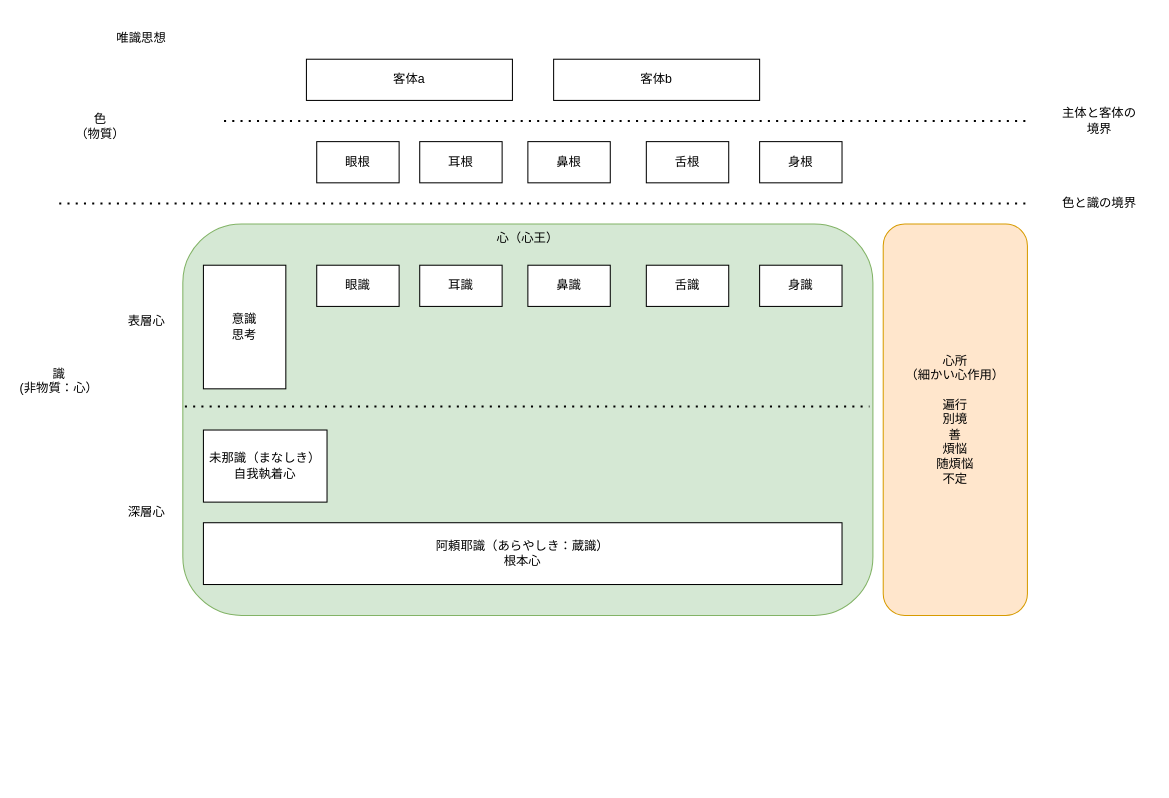
YossyIto/booklog_drowio keeps this draw.io diagram as yuishiki.drawio. Above is the earlier version. Source tidied: cells renumbered, new cells numbered last; positions are measured from the earlier drawing's top-left corner, leaving out a move shared by most shapes. Both pictures are drawn from the tidied source at 103%, with x=0, y=0 at pixel (18, 18).
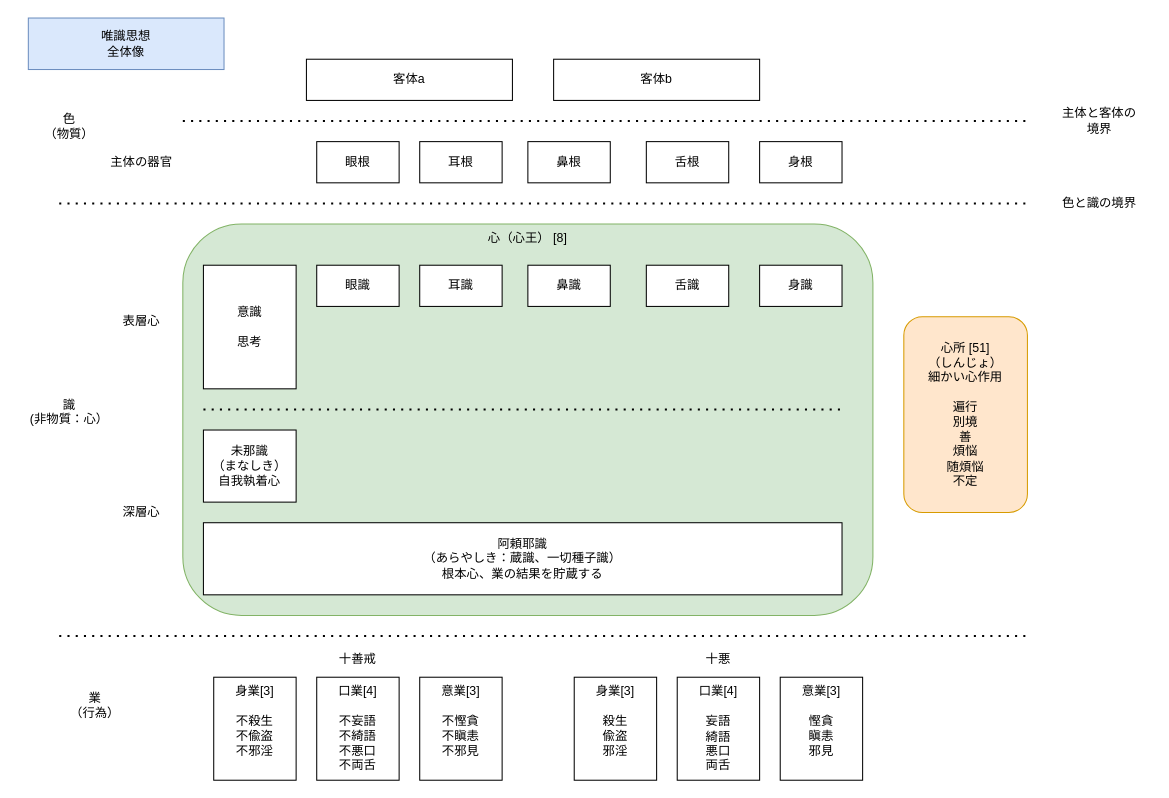
Above is the later version.

Commit message (it also covers changes not shown here):
yuishiki.drawio を更新します

Diff of the diagram source:
```diff
@@
-    <mxCell id="2" value="心（心王）" style="rounded=1;whiteSpace=wrap;html=1;verticalAlign=top;fillColor=#d5e8d4;strokeColor=#82b366;" parent="1" vertex="1">
+    <mxCell id="2" value="心（心王） [8]" style="rounded=1;whiteSpace=wrap;html=1;verticalAlign=top;fillColor=#d5e8d4;strokeColor=#82b366;" parent="1" vertex="1">
       <mxGeometry x="160" y="200" width="670" height="380" as="geometry" />
     </mxCell>
-    <mxCell id="3" value="唯識思想" style="text;html=1;align=center;verticalAlign=middle;whiteSpace=wrap;rounded=0;" parent="1" vertex="1">
-      <mxGeometry x="40" width="160" height="40" as="geometry" />
+    <mxCell id="3" value="唯識思想&lt;div&gt;全体像&lt;/div&gt;" style="text;html=1;align=center;verticalAlign=middle;whiteSpace=wrap;rounded=0;fillColor=#dae8fc;strokeColor=#6c8ebf;" parent="1" vertex="1">
+      <mxGeometry x="10" width="190" height="50" as="geometry" />
     </mxCell>
     <mxCell id="4" value="色&lt;br&gt;&lt;span style=&quot;background-color: transparent; color: light-dark(rgb(0, 0, 0), rgb(255, 255, 255));&quot;&gt;（物質&lt;/span&gt;&lt;span style=&quot;background-color: transparent; color: light-dark(rgb(0, 0, 0), rgb(255, 255, 255));&quot;&gt;）&lt;/span&gt;" style="text;html=1;align=center;verticalAlign=middle;whiteSpace=wrap;rounded=0;" parent="1" vertex="1">
-      <mxGeometry x="40" y="80" width="80" height="50" as="geometry" />
+      <mxGeometry x="10" y="80" width="80" height="50" as="geometry" />
     </mxCell>
-    <mxCell id="5" value="&lt;div&gt;識&lt;/div&gt;(非物質：心）&lt;div&gt;&lt;div&gt;&lt;br&gt;&lt;/div&gt;&lt;/div&gt;" style="text;html=1;align=center;verticalAlign=middle;whiteSpace=wrap;rounded=0;" parent="1" vertex="1">
-      <mxGeometry y="320" width="80" height="80" as="geometry" />
+    <mxCell id="5" value="&lt;div&gt;業&lt;/div&gt;&lt;div&gt;（行為）&lt;/div&gt;&lt;div&gt;&lt;div&gt;&lt;br&gt;&lt;/div&gt;&lt;/div&gt;" style="text;html=1;align=center;verticalAlign=middle;whiteSpace=wrap;rounded=0;" parent="1" vertex="1">
+      <mxGeometry x="40" y="635" width="70" height="80" as="geometry" />
     </mxCell>
@@
-    <mxCell id="16" value="意識&lt;div&gt;思考&lt;/div&gt;" style="rounded=0;whiteSpace=wrap;html=1;" parent="1" vertex="1">
-      <mxGeometry x="180" y="240" width="80" height="120" as="geometry" />
+    <mxCell id="16" value="意識&lt;div&gt;&lt;br&gt;&lt;div&gt;思考&lt;/div&gt;&lt;/div&gt;" style="rounded=0;whiteSpace=wrap;html=1;" parent="1" vertex="1">
+      <mxGeometry x="180" y="240" width="90" height="120" as="geometry" />
     </mxCell>
@@
-    <mxCell id="19" value="未那識（まなしき）&lt;div&gt;自我執着心&lt;/div&gt;" style="rounded=0;whiteSpace=wrap;html=1;" parent="1" vertex="1">
-      <mxGeometry x="180" y="400" width="120" height="70" as="geometry" />
+    <mxCell id="19" value="未那識&lt;div&gt;（まなしき）&lt;div&gt;自我執着心&lt;/div&gt;&lt;/div&gt;" style="rounded=0;whiteSpace=wrap;html=1;" parent="1" vertex="1">
+      <mxGeometry x="180" y="400" width="90" height="70" as="geometry" />
     </mxCell>
-    <mxCell id="20" value="阿頼耶識（あらやしき：蔵識）&lt;div&gt;根本心&lt;/div&gt;" style="rounded=0;whiteSpace=wrap;html=1;" parent="1" vertex="1">
-      <mxGeometry x="180" y="490" width="620" height="60" as="geometry" />
+    <mxCell id="20" value="阿頼耶識&lt;div&gt;（あらやしき：蔵識、一切種子識）&lt;div&gt;根本心、業の結果を貯蔵する&lt;/div&gt;&lt;/div&gt;" style="rounded=0;whiteSpace=wrap;html=1;" parent="1" vertex="1">
+      <mxGeometry x="180" y="490" width="620" height="70" as="geometry" />
     </mxCell>
-    <mxCell id="21" value="心所&lt;div&gt;&lt;div&gt;（細かい心作用）&lt;/div&gt;&lt;/div&gt;&lt;div&gt;&lt;br&gt;&lt;/div&gt;&lt;div&gt;遍行&lt;/div&gt;&lt;div&gt;別境&lt;/div&gt;&lt;div&gt;善&lt;/div&gt;&lt;div&gt;煩悩&lt;/div&gt;&lt;div&gt;随&lt;span style=&quot;background-color: transparent; color: light-dark(rgb(0, 0, 0), rgb(255, 255, 255));&quot;&gt;煩悩&lt;/span&gt;&lt;/div&gt;&lt;div&gt;&lt;span style=&quot;background-color: transparent; color: light-dark(rgb(0, 0, 0), rgb(255, 255, 255));&quot;&gt;不定&lt;/span&gt;&lt;/div&gt;" style="rounded=1;whiteSpace=wrap;html=1;fillColor=#ffe6cc;strokeColor=#d79b00;" parent="1" vertex="1">
-      <mxGeometry x="840" y="200" width="140" height="380" as="geometry" />
+    <mxCell id="21" value="心所 [51]&lt;div&gt;（しんじょ）&lt;br&gt;&lt;div&gt;&lt;div&gt;細かい心作用&lt;/div&gt;&lt;/div&gt;&lt;div&gt;&lt;br&gt;&lt;/div&gt;&lt;div&gt;遍行&lt;/div&gt;&lt;div&gt;別境&lt;/div&gt;&lt;div&gt;善&lt;/div&gt;&lt;div&gt;煩悩&lt;/div&gt;&lt;div&gt;随&lt;span style=&quot;background-color: transparent; color: light-dark(rgb(0, 0, 0), rgb(255, 255, 255));&quot;&gt;煩悩&lt;/span&gt;&lt;/div&gt;&lt;div&gt;&lt;span style=&quot;background-color: transparent; color: light-dark(rgb(0, 0, 0), rgb(255, 255, 255));&quot;&gt;不定&lt;/span&gt;&lt;/div&gt;&lt;/div&gt;" style="rounded=1;whiteSpace=wrap;html=1;fillColor=#ffe6cc;strokeColor=#d79b00;" parent="1" vertex="1">
+      <mxGeometry x="860" y="290" width="120" height="190" as="geometry" />
     </mxCell>
     <mxCell id="22" value="表層心" style="text;html=1;align=center;verticalAlign=middle;whiteSpace=wrap;rounded=0;" parent="1" vertex="1">
-      <mxGeometry x="80" y="240" width="90" height="110" as="geometry" />
+      <mxGeometry x="80" y="240" width="80" height="110" as="geometry" />
     </mxCell>
     <mxCell id="23" value="深層心" style="text;html=1;align=center;verticalAlign=middle;whiteSpace=wrap;rounded=0;" parent="1" vertex="1">
-      <mxGeometry x="80" y="410" width="90" height="140" as="geometry" />
+      <mxGeometry x="80" y="410" width="80" height="140" as="geometry" />
     </mxCell>
@@
-    <mxCell id="26" style="endArrow=none;dashed=1;html=1;dashPattern=1 3;strokeWidth=2;rounded=0;entryX=0.995;entryY=0.466;entryDx=0;entryDy=0;entryPerimeter=0;exitX=0.003;exitY=0.466;exitDx=0;exitDy=0;exitPerimeter=0;" parent="1" edge="1" source="2" target="2">
-      <mxGeometry relative="1" as="geometry" />
+    <mxCell id="26" style="endArrow=none;dashed=1;html=1;dashPattern=1 3;strokeWidth=2;rounded=0;" parent="1" edge="1">
+      <mxGeometry relative="1" as="geometry">
+        <mxPoint x="180" y="380" as="sourcePoint" />
+        <mxPoint x="800" y="380" as="targetPoint" />
+      </mxGeometry>
     </mxCell>
     <mxCell id="27" style="endArrow=none;dashed=1;html=1;dashPattern=1 3;strokeWidth=2;rounded=0;" parent="1" edge="1">
       <mxGeometry relative="1" as="geometry">
-        <mxPoint x="200" y="100" as="sourcePoint" />
+        <mxPoint x="160" y="100" as="sourcePoint" />
         <mxPoint x="980" y="100" as="targetPoint" />
       </mxGeometry>
     </mxCell>
@@
+    <mxCell id="29" value="身業[3]&lt;div&gt;&lt;br&gt;&lt;/div&gt;&lt;div&gt;不殺生&lt;/div&gt;&lt;div&gt;&lt;div&gt;不偸盗&lt;/div&gt;&lt;div&gt;不邪淫&lt;/div&gt;&lt;/div&gt;" style="rounded=0;whiteSpace=wrap;html=1;labelPosition=center;verticalLabelPosition=middle;align=center;verticalAlign=top;" parent="1" vertex="1">
+      <mxGeometry x="190" y="640" width="80" height="100" as="geometry" />
+    </mxCell>
+    <mxCell id="30" value="十善戒" style="text;html=1;align=center;verticalAlign=middle;whiteSpace=wrap;rounded=0;" parent="1" vertex="1">
+      <mxGeometry x="190" y="610" width="280" height="25" as="geometry" />
+    </mxCell>
+    <mxCell id="31" value="口業[4]&lt;div&gt;&lt;br&gt;&lt;/div&gt;&lt;div&gt;&lt;div&gt;不妄語&lt;/div&gt;&lt;div&gt;不綺語&lt;/div&gt;&lt;div&gt;不悪口&lt;/div&gt;&lt;div&gt;不両舌&lt;/div&gt;&lt;/div&gt;" style="rounded=0;whiteSpace=wrap;html=1;verticalAlign=top;" parent="1" vertex="1">
+      <mxGeometry x="290" y="640" width="80" height="100" as="geometry" />
+    </mxCell>
+    <mxCell id="32" value="意業[3]&lt;div&gt;&lt;br&gt;&lt;/div&gt;&lt;div&gt;&lt;div&gt;不慳貪&lt;/div&gt;&lt;div&gt;不瞋恚&lt;/div&gt;&lt;div&gt;不邪見&lt;/div&gt;&lt;/div&gt;" style="rounded=0;whiteSpace=wrap;html=1;verticalAlign=top;" parent="1" vertex="1">
+      <mxGeometry x="390" y="640" width="80" height="100" as="geometry" />
+    </mxCell>
+    <mxCell id="33" style="endArrow=none;dashed=1;html=1;dashPattern=1 3;strokeWidth=2;rounded=0;" parent="1" edge="1">
+      <mxGeometry relative="1" as="geometry">
+        <mxPoint x="40" y="600" as="sourcePoint" />
+        <mxPoint x="980" y="600" as="targetPoint" />
+      </mxGeometry>
+    </mxCell>
+    <mxCell id="34" value="&lt;div&gt;識&lt;/div&gt;(非物質：心）&lt;div&gt;&lt;div&gt;&lt;br&gt;&lt;/div&gt;&lt;/div&gt;" style="text;html=1;align=center;verticalAlign=middle;whiteSpace=wrap;rounded=0;" parent="1" vertex="1">
+      <mxGeometry x="10" y="350" width="80" height="80" as="geometry" />
+    </mxCell>
+    <mxCell id="35" value="身業[3]&lt;div&gt;&lt;br&gt;&lt;/div&gt;&lt;div&gt;殺生&lt;/div&gt;&lt;div&gt;&lt;div&gt;偸盗&lt;/div&gt;&lt;div&gt;邪淫&lt;/div&gt;&lt;/div&gt;" style="rounded=0;whiteSpace=wrap;html=1;labelPosition=center;verticalLabelPosition=middle;align=center;verticalAlign=top;" parent="1" vertex="1">
+      <mxGeometry x="540" y="640" width="80" height="100" as="geometry" />
+    </mxCell>
+    <mxCell id="36" value="十悪" style="text;html=1;align=center;verticalAlign=middle;whiteSpace=wrap;rounded=0;" parent="1" vertex="1">
+      <mxGeometry x="540" y="610" width="280" height="25" as="geometry" />
+    </mxCell>
+    <mxCell id="37" value="口業[4]&lt;div&gt;&lt;br&gt;&lt;/div&gt;&lt;div&gt;&lt;div&gt;妄語&lt;/div&gt;&lt;div&gt;綺語&lt;/div&gt;&lt;div&gt;悪口&lt;/div&gt;&lt;div&gt;両舌&lt;/div&gt;&lt;/div&gt;" style="rounded=0;whiteSpace=wrap;html=1;" parent="1" vertex="1">
+      <mxGeometry x="640" y="640" width="80" height="100" as="geometry" />
+    </mxCell>
+    <mxCell id="38" value="意業[3]&lt;div&gt;&lt;br&gt;&lt;/div&gt;&lt;div&gt;&lt;div&gt;慳貪&lt;/div&gt;&lt;div&gt;瞋恚&lt;/div&gt;&lt;div&gt;邪見&lt;/div&gt;&lt;/div&gt;" style="rounded=0;whiteSpace=wrap;html=1;verticalAlign=top;" parent="1" vertex="1">
+      <mxGeometry x="740" y="640" width="80" height="100" as="geometry" />
+    </mxCell>
+    <mxCell id="39" value="主体の器官" style="text;html=1;align=center;verticalAlign=middle;whiteSpace=wrap;rounded=0;" parent="1" vertex="1">
+      <mxGeometry x="80" y="120" width="80" height="40" as="geometry" />
+    </mxCell>
```
